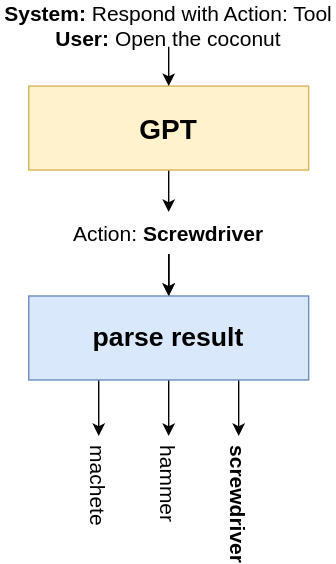
Above: chart-coconut.svg in jamesmurdza/ai-agent-camp-generation (draw.io), before the change. Source tidied: cells renumbered, new cells last; positions are measured from the earlier drawing's top-left corner, leaving out a move shared by most shapes. Source of this version:
```xml
<mxGraphModel>
  <root>
    <mxCell id="0" />
    <mxCell id="1" parent="0" />
    <mxCell id="2" style="edgeStyle=orthogonalEdgeStyle;rounded=0;jettySize=auto;html=1;exitX=0.5;exitY=1;exitDx=0;exitDy=0;entryX=0.5;entryY=0;entryDx=0;entryDy=0;" parent="1" edge="1" source="3" target="8">
      <mxGeometry relative="1" as="geometry" />
    </mxCell>
    <mxCell id="3" value="GPT" style="rounded=0;whiteSpace=wrap;html=1;fillColor=#fff2cc;strokeColor=#d6b656;fontStyle=1;fontSize=20;" parent="1" vertex="1">
      <mxGeometry x="20" y="58" width="200" height="60" as="geometry" />
    </mxCell>
    <mxCell id="4" style="edgeStyle=orthogonalEdgeStyle;rounded=0;jettySize=auto;html=1;exitX=0.5;exitY=1;exitDx=0;exitDy=0;entryX=0.5;entryY=0;entryDx=0;entryDy=0;" parent="1" edge="1" source="5" target="3">
      <mxGeometry relative="1" as="geometry" />
    </mxCell>
    <mxCell id="5" value="&lt;b&gt;System:&lt;/b&gt; Respond with Action: Tool&lt;div&gt;&lt;b&gt;User:&lt;/b&gt;&amp;nbsp;&lt;span style=&quot;background-color: transparent; color: light-dark(rgb(0, 0, 0), rgb(255, 255, 255));&quot;&gt;Open the coconut&lt;/span&gt;&lt;/div&gt;" style="text;html=1;align=center;verticalAlign=middle;whiteSpace=wrap;rounded=0;fontSize=15;" parent="1" vertex="1">
      <mxGeometry width="240" height="30" as="geometry" />
    </mxCell>
    <mxCell id="6" style="edgeStyle=orthogonalEdgeStyle;rounded=0;jettySize=auto;html=1;exitX=0.5;exitY=1;exitDx=0;exitDy=0;entryX=0.5;entryY=0;entryDx=0;entryDy=0;" parent="1" edge="1" source="8" target="12">
      <mxGeometry relative="1" as="geometry" />
    </mxCell>
    <mxCell id="7" style="edgeStyle=orthogonalEdgeStyle;rounded=0;jettySize=auto;html=1;" parent="1" edge="1" source="8" target="12">
      <mxGeometry relative="1" as="geometry" />
    </mxCell>
    <mxCell id="8" value="Action: &lt;b&gt;Screwdriver&lt;/b&gt;" style="text;html=1;align=center;verticalAlign=middle;whiteSpace=wrap;rounded=0;fontSize=15;" parent="1" vertex="1">
      <mxGeometry x="50" y="148" width="140" height="30" as="geometry" />
    </mxCell>
    <mxCell id="9" style="edgeStyle=orthogonalEdgeStyle;rounded=0;orthogonalLoop=1;jettySize=auto;html=1;exitX=0.25;exitY=1;exitDx=0;exitDy=0;" parent="1" edge="1">
      <mxGeometry relative="1" as="geometry">
        <mxPoint x="70" y="248" as="sourcePoint" />
        <mxPoint x="70" y="308" as="targetPoint" />
      </mxGeometry>
    </mxCell>
    <mxCell id="10" style="edgeStyle=orthogonalEdgeStyle;rounded=0;orthogonalLoop=1;jettySize=auto;html=1;" parent="1" edge="1">
      <mxGeometry relative="1" as="geometry">
        <mxPoint x="120" y="178" as="sourcePoint" />
        <mxPoint x="120" y="308" as="targetPoint" />
      </mxGeometry>
    </mxCell>
    <mxCell id="11" style="edgeStyle=orthogonalEdgeStyle;rounded=0;orthogonalLoop=1;jettySize=auto;html=1;exitX=0.75;exitY=1;exitDx=0;exitDy=0;" parent="1" edge="1">
      <mxGeometry relative="1" as="geometry">
        <mxPoint x="170" y="248" as="sourcePoint" />
        <mxPoint x="170" y="308" as="targetPoint" />
      </mxGeometry>
    </mxCell>
    <mxCell id="12" value="parse result" style="rounded=0;whiteSpace=wrap;html=1;fillColor=#dae8fc;strokeColor=#6c8ebf;fontStyle=1;fontSize=19;" parent="1" vertex="1">
      <mxGeometry x="20" y="208" width="200" height="60" as="geometry" />
    </mxCell>
    <mxCell id="13" value="machete" style="text;html=1;align=left;verticalAlign=middle;whiteSpace=wrap;rounded=0;rotation=90;fontSize=15;" parent="1" vertex="1">
      <mxGeometry x="40" y="328" width="60" height="30" as="geometry" />
    </mxCell>
    <mxCell id="14" value="screwdriver" style="text;html=1;align=left;verticalAlign=middle;whiteSpace=wrap;rounded=0;rotation=90;fontSize=15;fontStyle=1;" parent="1" vertex="1">
      <mxGeometry x="140" y="328" width="60" height="30" as="geometry" />
    </mxCell>
    <mxCell id="15" value="hammer" style="text;html=1;align=left;verticalAlign=middle;whiteSpace=wrap;rounded=0;rotation=90;fontSize=15;" parent="1" vertex="1">
      <mxGeometry x="90" y="328" width="60" height="30" as="geometry" />
    </mxCell>
  </root>
</mxGraphModel>
```
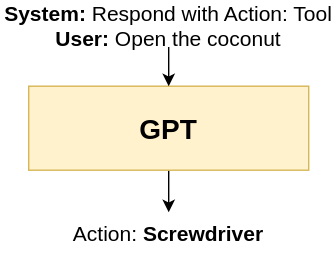
Above is the later version.

The edit, as a diff of the source:
```diff
@@ -2,7 +2,7 @@
   <root>
     <mxCell id="0" />
     <mxCell id="1" parent="0" />
-    <mxCell id="2" style="edgeStyle=orthogonalEdgeStyle;rounded=0;jettySize=auto;html=1;exitX=0.5;exitY=1;exitDx=0;exitDy=0;entryX=0.5;entryY=0;entryDx=0;entryDy=0;" parent="1" edge="1" source="3" target="8">
+    <mxCell id="2" style="edgeStyle=orthogonalEdgeStyle;rounded=0;jettySize=auto;html=1;exitX=0.5;exitY=1;exitDx=0;exitDy=0;entryX=0.5;entryY=0;entryDx=0;entryDy=0;" parent="1" edge="1" source="3" target="6">
       <mxGeometry relative="1" as="geometry" />
     </mxCell>
     <mxCell id="3" value="GPT" style="rounded=0;whiteSpace=wrap;html=1;fillColor=#fff2cc;strokeColor=#d6b656;fontStyle=1;fontSize=20;" parent="1" vertex="1">
@@ -14,44 +14,8 @@
     <mxCell id="5" value="&lt;b&gt;System:&lt;/b&gt; Respond with Action: Tool&lt;div&gt;&lt;b&gt;User:&lt;/b&gt;&amp;nbsp;&lt;span style=&quot;background-color: transparent; color: light-dark(rgb(0, 0, 0), rgb(255, 255, 255));&quot;&gt;Open the coconut&lt;/span&gt;&lt;/div&gt;" style="text;html=1;align=center;verticalAlign=middle;whiteSpace=wrap;rounded=0;fontSize=15;" parent="1" vertex="1">
       <mxGeometry width="240" height="30" as="geometry" />
     </mxCell>
-    <mxCell id="6" style="edgeStyle=orthogonalEdgeStyle;rounded=0;jettySize=auto;html=1;exitX=0.5;exitY=1;exitDx=0;exitDy=0;entryX=0.5;entryY=0;entryDx=0;entryDy=0;" parent="1" edge="1" source="8" target="12">
-      <mxGeometry relative="1" as="geometry" />
+    <mxCell id="6" value="Action: &lt;b&gt;Screwdriver&lt;/b&gt;" style="text;html=1;align=center;verticalAlign=middle;whiteSpace=wrap;rounded=0;fontSize=15;" parent="1" vertex="1">
+      <mxGeometry x="50" y="148" width="140" height="30" as="geometry" />
     </mxCell>
-    <mxCell id="7" style="edgeStyle=orthogonalEdgeStyle;rounded=0;jettySize=auto;html=1;" parent="1" edge="1" source="8" target="12">
-      <mxGeometry relative="1" as="geometry" />
-    </mxCell>
-    <mxCell id="8" value="Action: &lt;b&gt;Screwdriver&lt;/b&gt;" style="text;html=1;align=center;verticalAlign=middle;whiteSpace=wrap;rounded=0;fontSize=15;" parent="1" vertex="1">
-      <mxGeometry x="50" y="148" width="140" height="30" as="geometry" />
-    </mxCell>
-    <mxCell id="9" style="edgeStyle=orthogonalEdgeStyle;rounded=0;orthogonalLoop=1;jettySize=auto;html=1;exitX=0.25;exitY=1;exitDx=0;exitDy=0;" parent="1" edge="1">
-      <mxGeometry relative="1" as="geometry">
-        <mxPoint x="70" y="248" as="sourcePoint" />
-        <mxPoint x="70" y="308" as="targetPoint" />
-      </mxGeometry>
-    </mxCell>
-    <mxCell id="10" style="edgeStyle=orthogonalEdgeStyle;rounded=0;orthogonalLoop=1;jettySize=auto;html=1;" parent="1" edge="1">
-      <mxGeometry relative="1" as="geometry">
-        <mxPoint x="120" y="178" as="sourcePoint" />
-        <mxPoint x="120" y="308" as="targetPoint" />
-      </mxGeometry>
-    </mxCell>
-    <mxCell id="11" style="edgeStyle=orthogonalEdgeStyle;rounded=0;orthogonalLoop=1;jettySize=auto;html=1;exitX=0.75;exitY=1;exitDx=0;exitDy=0;" parent="1" edge="1">
-      <mxGeometry relative="1" as="geometry">
-        <mxPoint x="170" y="248" as="sourcePoint" />
-        <mxPoint x="170" y="308" as="targetPoint" />
-      </mxGeometry>
-    </mxCell>
-    <mxCell id="12" value="parse result" style="rounded=0;whiteSpace=wrap;html=1;fillColor=#dae8fc;strokeColor=#6c8ebf;fontStyle=1;fontSize=19;" parent="1" vertex="1">
-      <mxGeometry x="20" y="208" width="200" height="60" as="geometry" />
-    </mxCell>
-    <mxCell id="13" value="machete" style="text;html=1;align=left;verticalAlign=middle;whiteSpace=wrap;rounded=0;rotation=90;fontSize=15;" parent="1" vertex="1">
-      <mxGeometry x="40" y="328" width="60" height="30" as="geometry" />
-    </mxCell>
-    <mxCell id="14" value="screwdriver" style="text;html=1;align=left;verticalAlign=middle;whiteSpace=wrap;rounded=0;rotation=90;fontSize=15;fontStyle=1;" parent="1" vertex="1">
-      <mxGeometry x="140" y="328" width="60" height="30" as="geometry" />
-    </mxCell>
-    <mxCell id="15" value="hammer" style="text;html=1;align=left;verticalAlign=middle;whiteSpace=wrap;rounded=0;rotation=90;fontSize=15;" parent="1" vertex="1">
-      <mxGeometry x="90" y="328" width="60" height="30" as="geometry" />
-    </mxCell>
   </root>
 </mxGraphModel>
```
